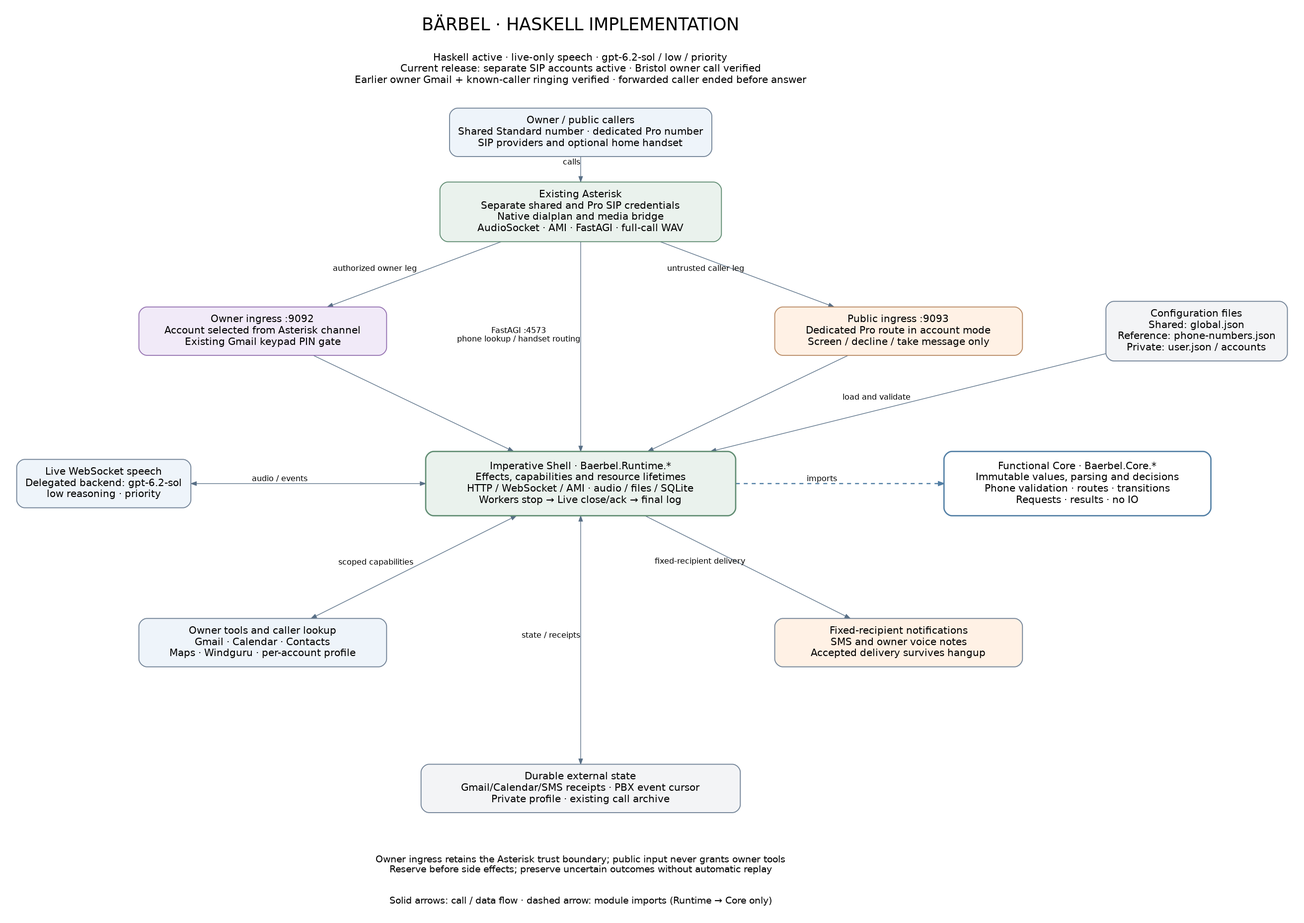
Before: architecture/BAERBEL_SYSTEM_ARCHITECTURE.png, a diagram exported from Graphviz (StefanHubner/BaerbelHaskell). Its source is kept beside it as architecture/BAERBEL_SYSTEM_ARCHITECTURE.dot.
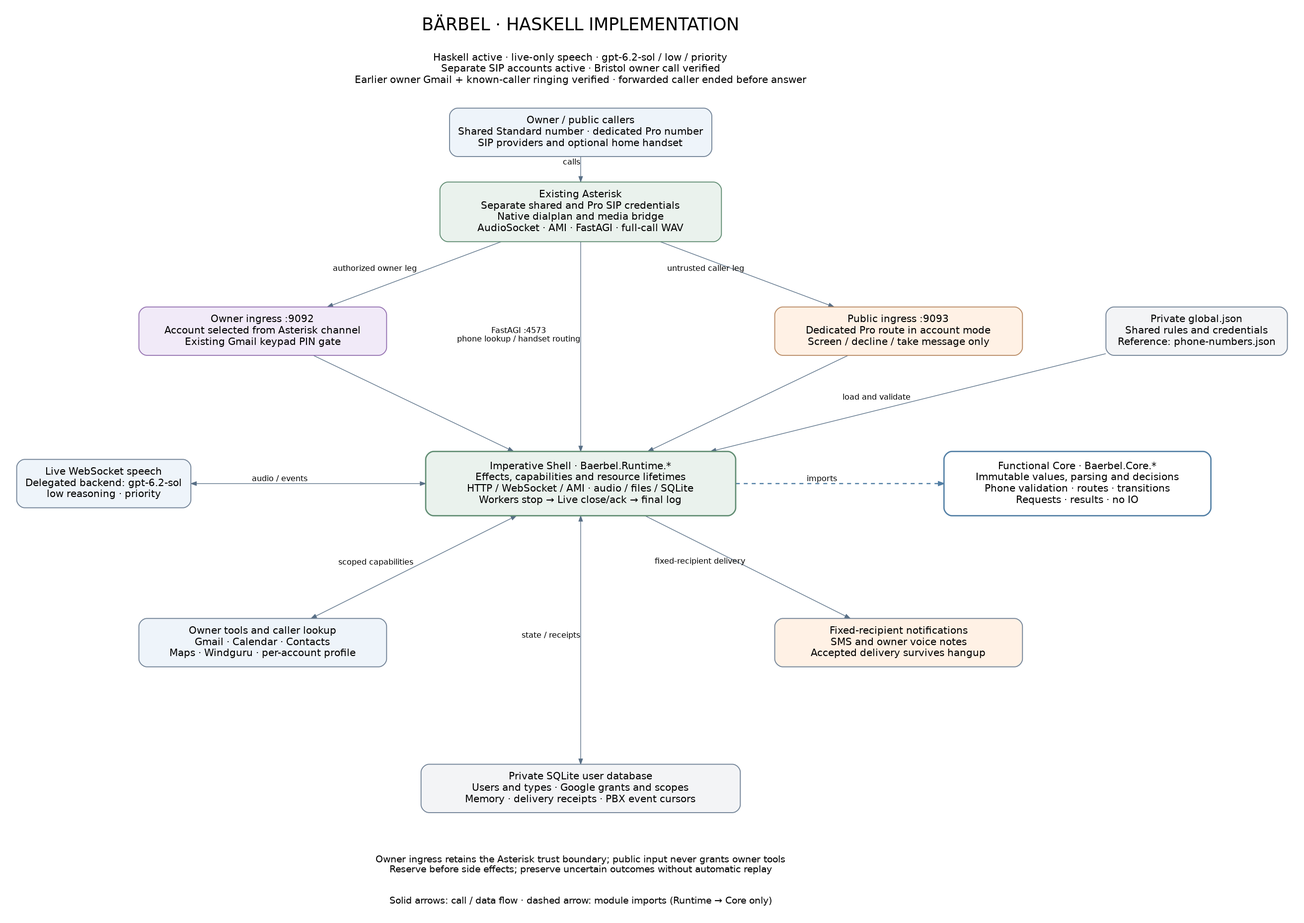
The same diagram one commit later.

Diff of the diagram source:
```diff
@@ -3,7 +3,7 @@
   node [shape=box, style="rounded,filled", fontname="DejaVu Sans", fontsize=15, margin="0.18,0.15", color="#728397", fillcolor="#eef4fa", penwidth=1.4];
   edge [fontname="DejaVu Sans", fontsize=12, color="#586f86", arrowsize=0.8];
   title [shape=plain, style="", label="BÄRBEL · HASKELL IMPLEMENTATION", fontsize=26, pos="900,1030!"];
-  status [shape=plain, style="", label="Haskell active · live-only speech · gpt-6.2-sol / low / priority\nCurrent release: separate SIP accounts active · Bristol owner call verified\nEarlier owner Gmail + known-caller ringing verified · forwarded caller ended before answer", fontsize=15, pos="900,965!"];
+  status [shape=plain, style="", label="Haskell active · live-only speech · gpt-6.2-sol / low / priority\nSeparate SIP accounts active · Bristol owner call verified\nEarlier owner Gmail + known-caller ringing verified · forwarded caller ended before answer", fontsize=15, pos="900,965!"];
   phones [label="Owner / public callers\nShared Standard number · dedicated Pro number\nSIP providers and optional home handset", pos="900,870!", width=4.7];
   pbx [label="Existing Asterisk\nSeparate shared and Pro SIP credentials\nNative dialplan and media bridge\nAudioSocket · AMI · FastAGI · full-call WAV", pos="900,750!", width=5.9, fillcolor="#eaf2ed", color="#618d73"];
   owner [label="Owner ingress :9092\nAccount selected from Asterisk channel\nExisting Gmail keypad PIN gate", pos="420,570!", width=5.2, fillcolor="#f1eaf8", color="#9674b2"];
@@ -13,8 +13,8 @@
   speech [label="Live WebSocket speech\nDelegated backend: gpt-6.2-sol\nlow reasoning · priority", pos="180,340!", width=3.6];
   providers [label="Owner tools and caller lookup\nGmail · Calendar · Contacts\nMaps · Windguru · per-account profile", pos="420,100!", width=5.2];
   notifications [label="Fixed-recipient notifications\nSMS and owner voice notes\nAccepted delivery survives hangup", pos="1380,100!", width=5.2, fillcolor="#fff1e5"];
-  state [label="Durable external state\nGmail/Calendar/SMS receipts · PBX event cursor\nPrivate profile · existing call archive", pos="900,-120!", width=6.7, fillcolor="#f3f4f6"];
-  config [label="Configuration files\nShared: global.json\nReference: phone-numbers.json\nPrivate: user.json / accounts", pos="1830,570!", width=3.8, fillcolor="#f3f4f6"];
+  state [label="Private SQLite user database\nUsers and types · Google grants and scopes\nMemory · delivery receipts · PBX event cursors", pos="900,-120!", width=6.7, fillcolor="#f3f4f6"];
+  config [label="Private global.json\nShared rules and credentials\nReference: phone-numbers.json", pos="1830,570!", width=3.8, fillcolor="#f3f4f6"];
   permissions [shape=plain, style="", label="Owner ingress retains the Asterisk trust boundary; public input never grants owner tools\nReserve before side effects; preserve uncertain outcomes without automatic replay", fontsize=14, pos="900,-235!"];
   legend [shape=plain, style="", label="Solid arrows: call / data flow · dashed arrow: module imports (Runtime → Core only)", fontsize=14, pos="900,-290!"];
   phones -> pbx [label="calls"];
```
